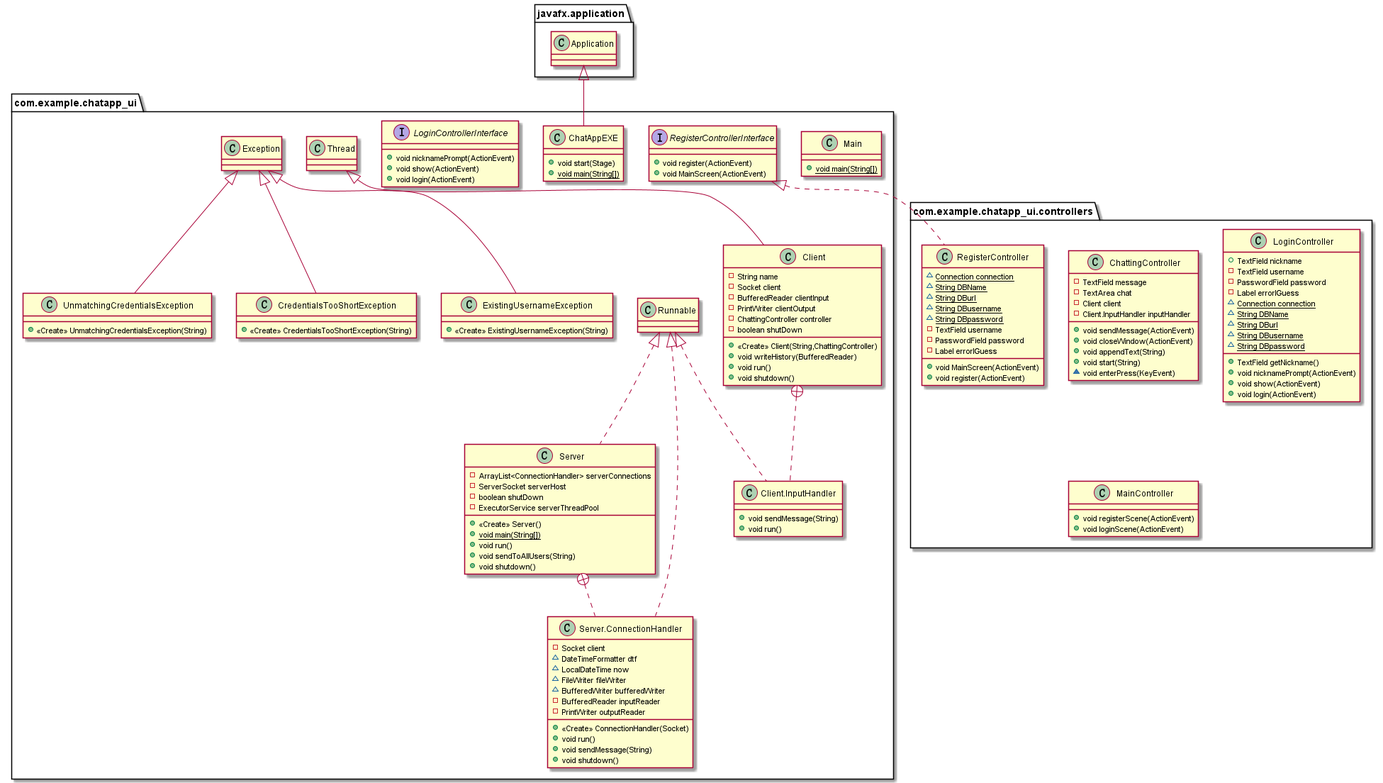
Above: UML.png in Zedpaixd/Java-Chat-App (PlantUML), before the change.
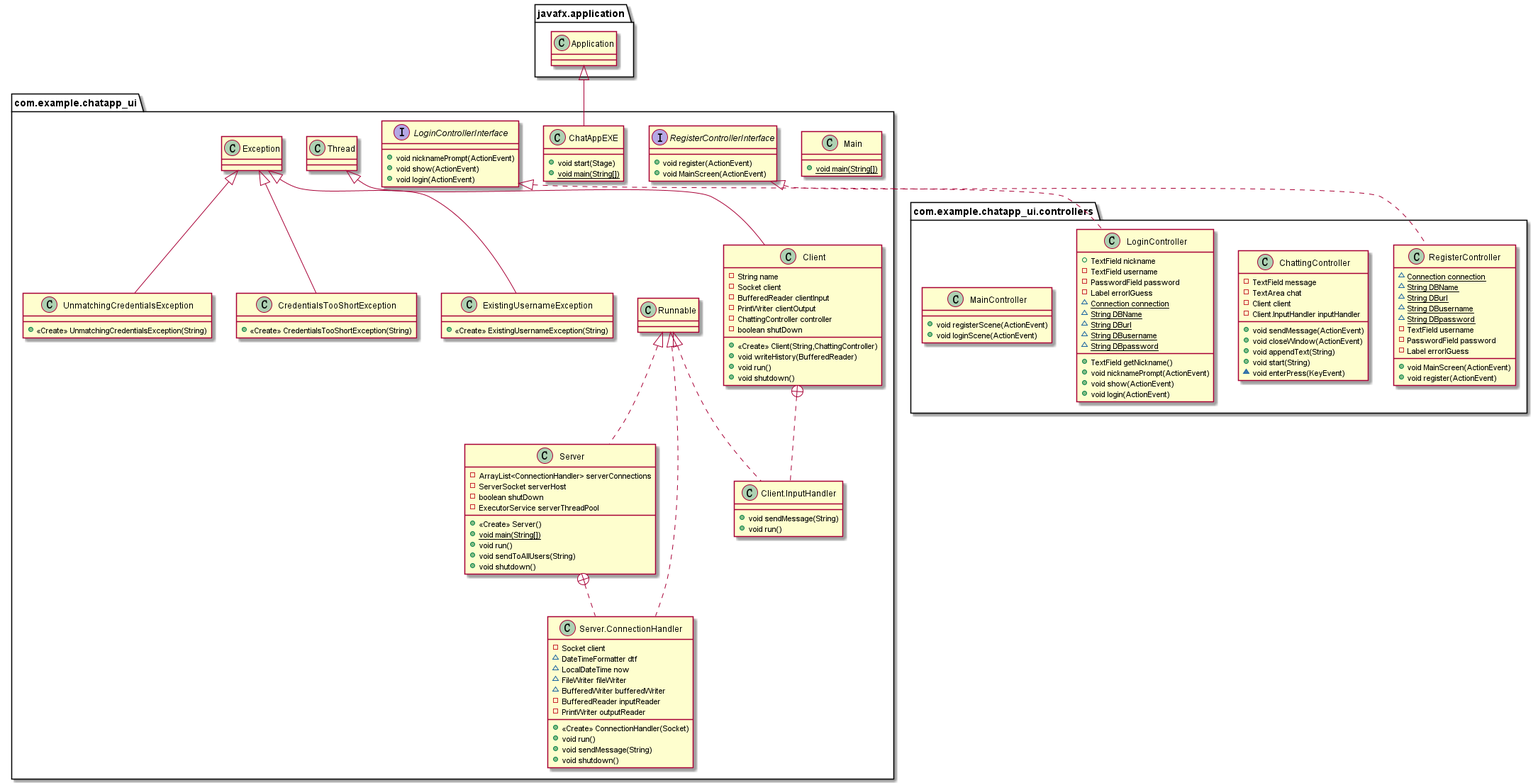
After the change.

The edit, as a diff of the source:
```diff
@@ -109,6 +109,7 @@
 
 
 com.example.chatapp_ui.RegisterControllerInterface <|.. com.example.chatapp_ui.controllers.RegisterController
+com.example.chatapp_ui.LoginControllerInterface <|.. com.example.chatapp_ui.controllers.LoginController
 com.example.chatapp_ui.Thread <|-- com.example.chatapp_ui.Client
 com.example.chatapp_ui.Client +.. com.example.chatapp_ui.Client.InputHandler
 com.example.chatapp_ui.Runnable <|.. com.example.chatapp_ui.Client.InputHandler
```
